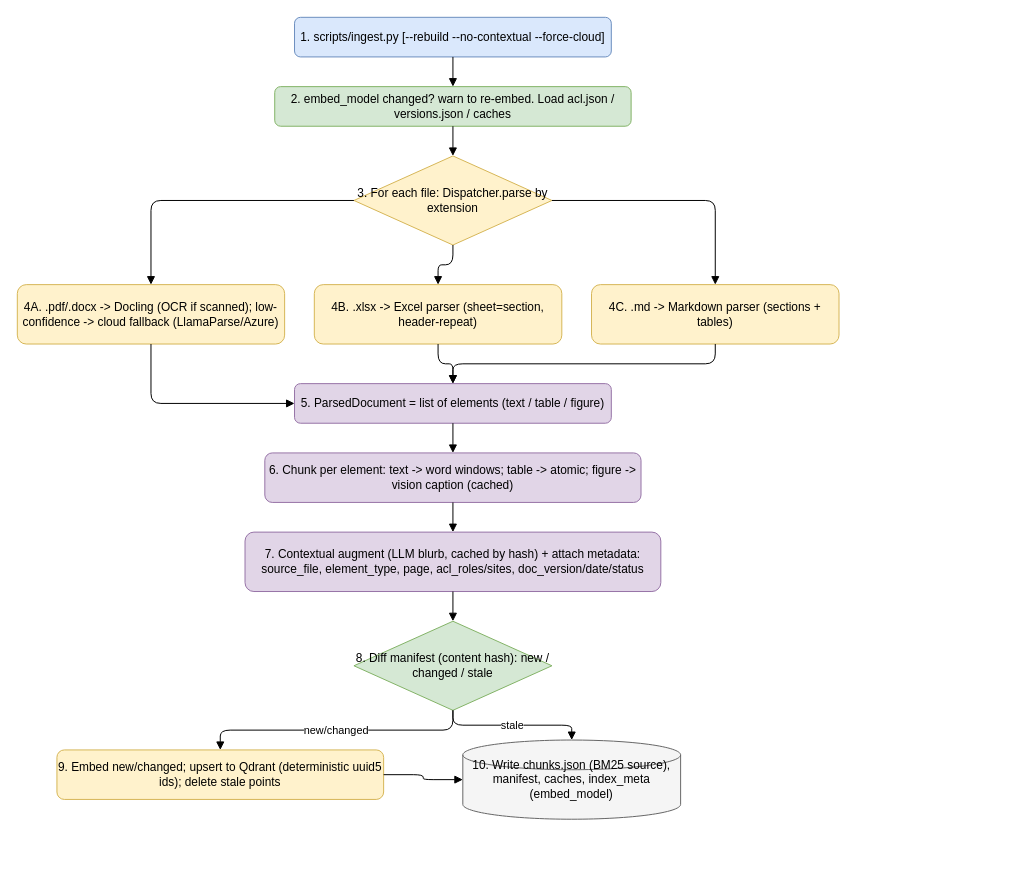
Earlier version of the draw.io diagram page "LLD - Ingestion Flow" (2 of 2) of docs/design/lld.drawio (Nirmalnk05/rag_project). Source tidied: cells renumbered, new cells numbered last; positions are measured from the earlier drawing's top-left corner, leaving out a move shared by most shapes. Both pictures are drawn from the tidied source at 99%, with x=0, y=0 at pixel (17, 17).
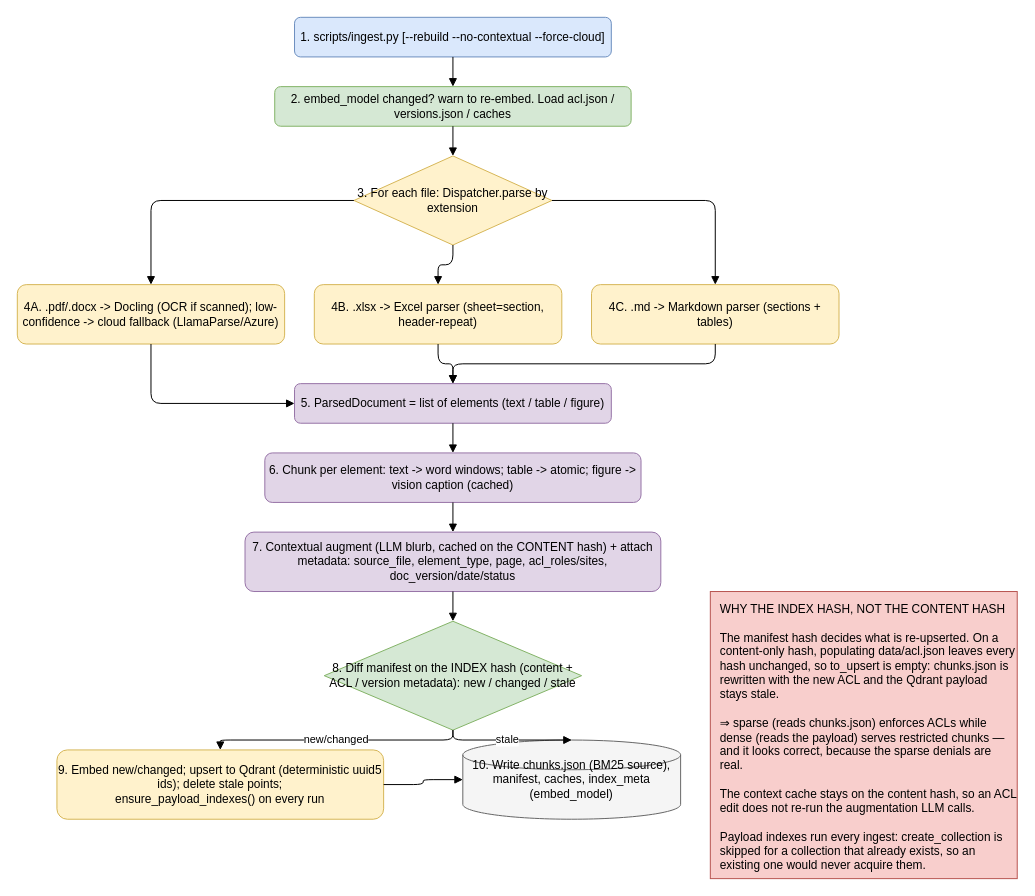
The same page after the edit.

Commit message (it also covers changes not shown here):
fix: enforce ACLs end to end — index hash, Qdrant filter, boundary re-check

Diff of the diagram source:
```diff
@@
-    <mxCell id="10" value="7. Contextual augment (LLM blurb, cached by hash) + attach metadata: source_file, element_type, page, acl_roles/sites, doc_version/date/status" style="rounded=1;whiteSpace=wrap;html=1;fillColor=#e1d5e7;strokeColor=#9673a6;" parent="1" vertex="1">
+    <mxCell id="10" value="7. Contextual augment (LLM blurb, cached on the CONTENT hash) + attach metadata: source_file, element_type, page, acl_roles/sites, doc_version/date/status" style="rounded=1;whiteSpace=wrap;html=1;fillColor=#e1d5e7;strokeColor=#9673a6;" parent="1" vertex="1">
       <mxGeometry x="230" y="520" width="420" height="60" as="geometry" />
     </mxCell>
-    <mxCell id="11" value="8. Diff manifest (content hash): new / changed / stale" style="rhombus;whiteSpace=wrap;html=1;fillColor=#d5e8d4;strokeColor=#82b366;" parent="1" vertex="1">
-      <mxGeometry x="340" y="610" width="200" height="90" as="geometry" />
+    <mxCell id="11" value="8. Diff manifest on the INDEX hash (content + ACL / version metadata): new / changed / stale" style="rhombus;whiteSpace=wrap;html=1;fillColor=#d5e8d4;strokeColor=#82b366;" parent="1" vertex="1">
+      <mxGeometry x="310" y="610" width="260" height="110" as="geometry" />
     </mxCell>
-    <mxCell id="12" value="9. Embed new/changed; upsert to Qdrant (deterministic uuid5 ids); delete stale points" style="rounded=1;whiteSpace=wrap;html=1;fillColor=#fff2cc;strokeColor=#d6b656;" parent="1" vertex="1">
-      <mxGeometry x="40" y="740" width="330" height="50" as="geometry" />
+    <mxCell id="12" value="9. Embed new/changed; upsert to Qdrant (deterministic uuid5 ids); delete stale points;&#10;ensure_payload_indexes() on every run" style="rounded=1;whiteSpace=wrap;html=1;fillColor=#fff2cc;strokeColor=#d6b656;" parent="1" vertex="1">
+      <mxGeometry x="40" y="740" width="330" height="70" as="geometry" />
     </mxCell>
+    <mxCell id="28" value="WHY THE INDEX HASH, NOT THE CONTENT HASH&#10;&#10;The manifest hash decides what is re-upserted. On a content-only hash, populating data/acl.json leaves every hash unchanged, so to_upsert is empty: chunks.json is rewritten with the new ACL and the Qdrant payload stays stale.&#10;&#10;⇒ sparse (reads chunks.json) enforces ACLs while dense (reads the payload) serves restricted chunks — and it looks correct, because the sparse denials are real.&#10;&#10;The context cache stays on the content hash, so an ACL edit does not re-run the augmentation LLM calls.&#10;&#10;Payload indexes run every ingest: create_collection is skipped for a collection that already exists, so an existing one would never acquire them." style="rounded=0;whiteSpace=wrap;html=1;align=left;fillColor=#f8cecc;strokeColor=#b85450;spacingLeft=8;verticalAlign=top;spacingTop=4;" parent="1" vertex="1">
+      <mxGeometry x="700" y="580" width="310" height="290" as="geometry" />
+    </mxCell>
```
